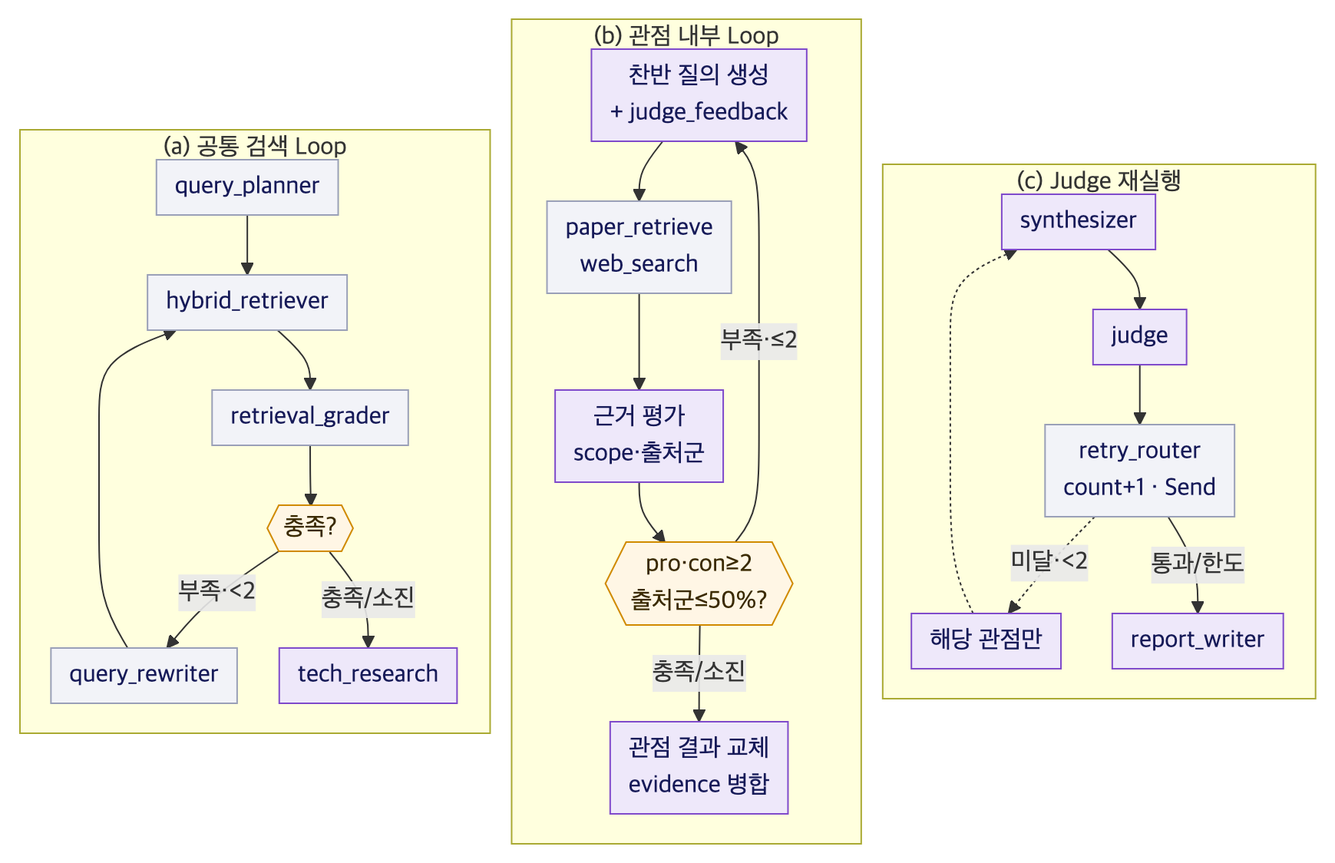
Before: docs/graph_quality.png, a diagram exported from Mermaid (jinsu1011/skala-project-0921). Its source is kept beside it as docs/graph_quality.mmd.
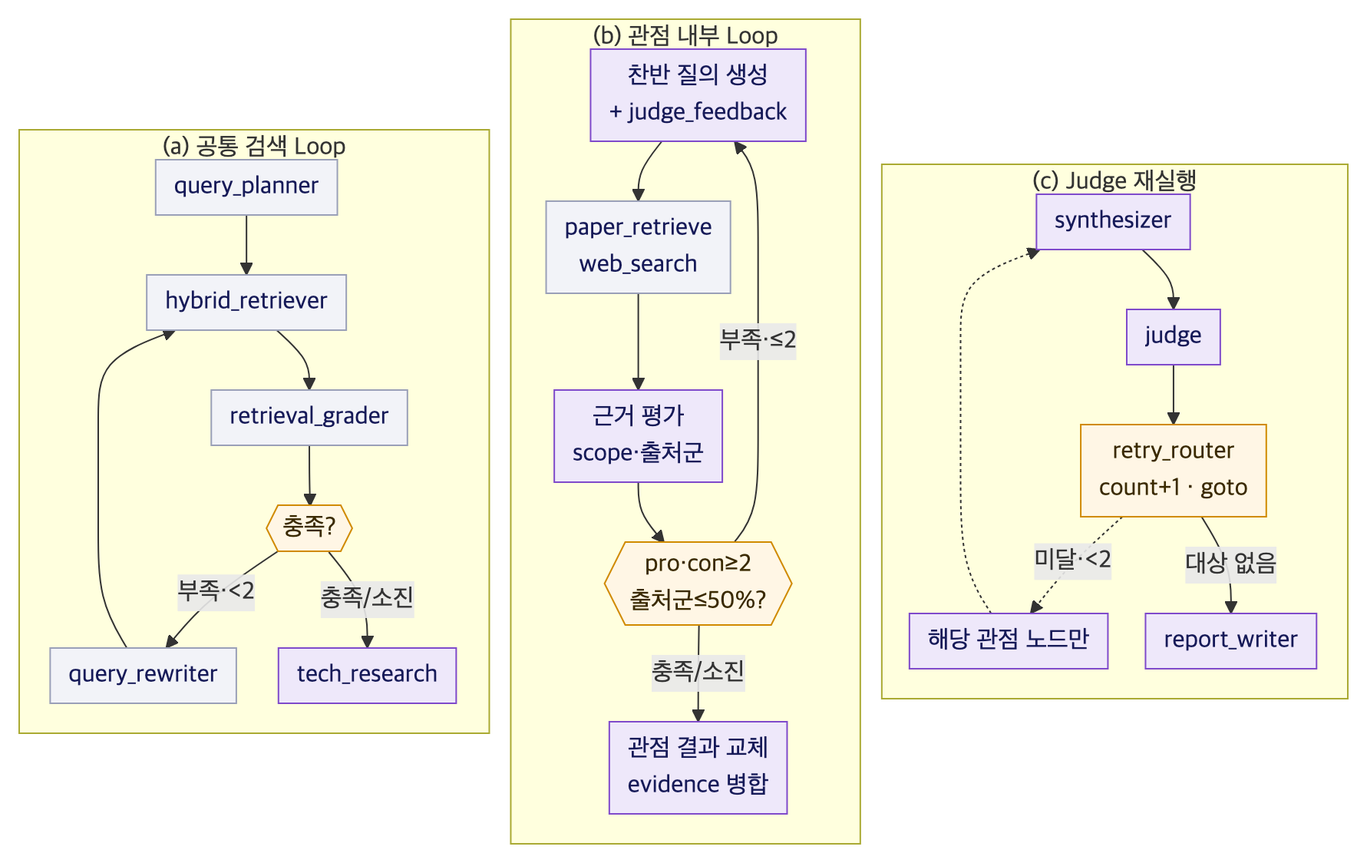
The same file after the commit.

Change to the diagram source:
```diff
@@ -19,10 +19,10 @@
     subgraph C["(c) Judge 재실행"]
         direction TB
         SY["synthesizer"] --> JD["judge"]
-        JD --> RR["retry_router<br/>count+1 · Send"]
-        RR -.->|"미달·<2"| PN["해당 관점만"]
+        JD --> RR["retry_router<br/>count+1 · goto"]
+        RR -.->|"미달·<2"| PN["해당 관점 노드만"]
         PN -.-> SY
-        RR -->|"통과/한도"| RWR["report_writer"]
+        RR -->|"대상 없음"| RWR["report_writer"]
     end
     A ~~~ B
     B ~~~ C
@@ -30,5 +30,5 @@
     classDef util fill:#F2F3F8,stroke:#9AA0B8,color:#161A58;
     classDef gate fill:#FFF6E5,stroke:#D08A00,color:#3A2A00;
     class O1,O2,PQ,EV,SY,JD,PN,RWR agent;
-    class QP,RET,RW,TL,GR,RR util;
-    class G1,G2 gate;
+    class QP,RET,RW,TL,GR util;
+    class G1,G2,RR gate;
```
